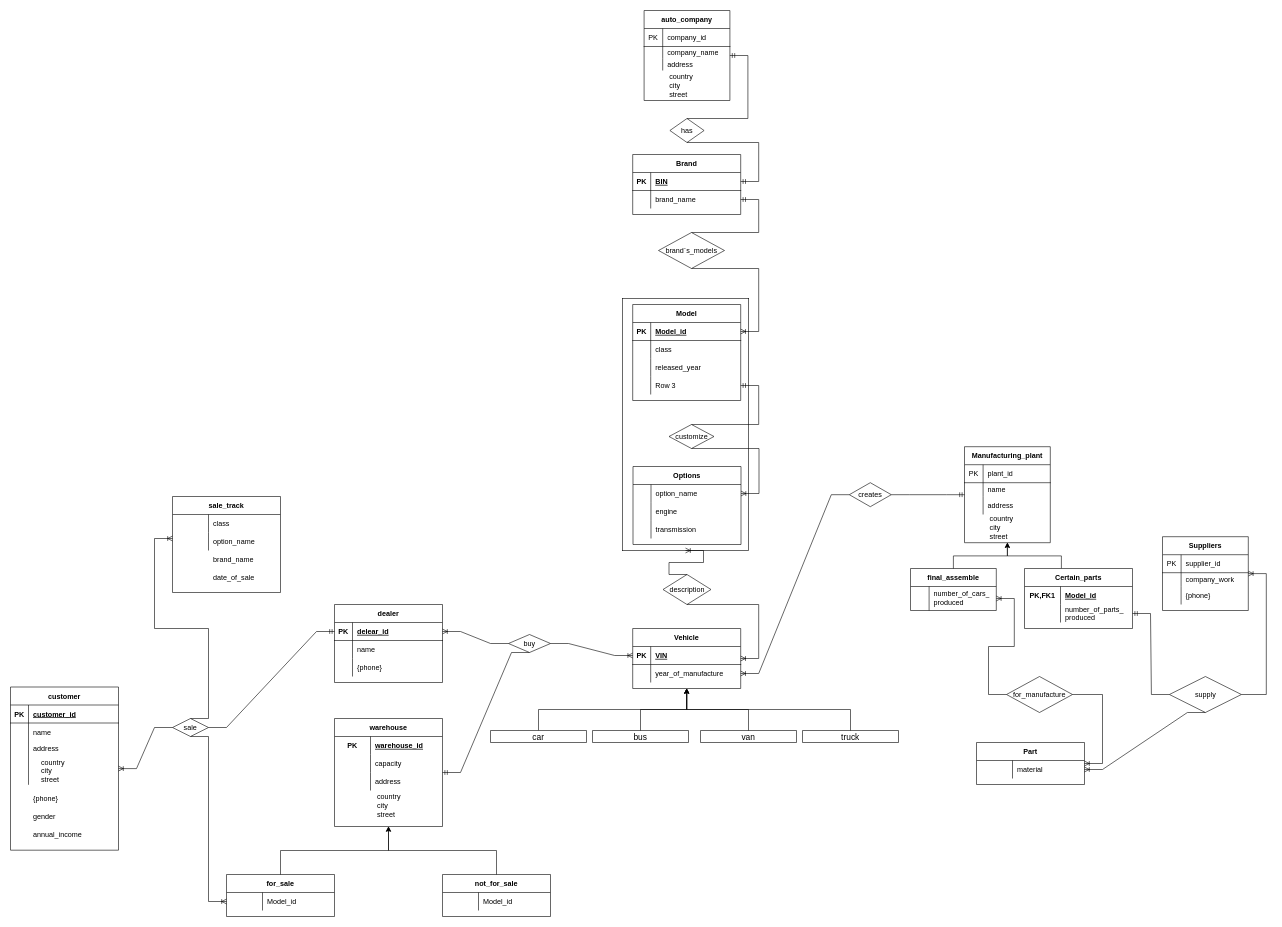
Above: Untitled Diagram.drawio in TemirlanKenzhakhmet/database (draw.io), before the change. Source tidied: cells renumbered, new cells numbered last; positions are measured from the earlier drawing's top-left corner, leaving out a move shared by most shapes. Both pictures are drawn from the tidied source at 60%, with x=0, y=0 at pixel (10, 10).
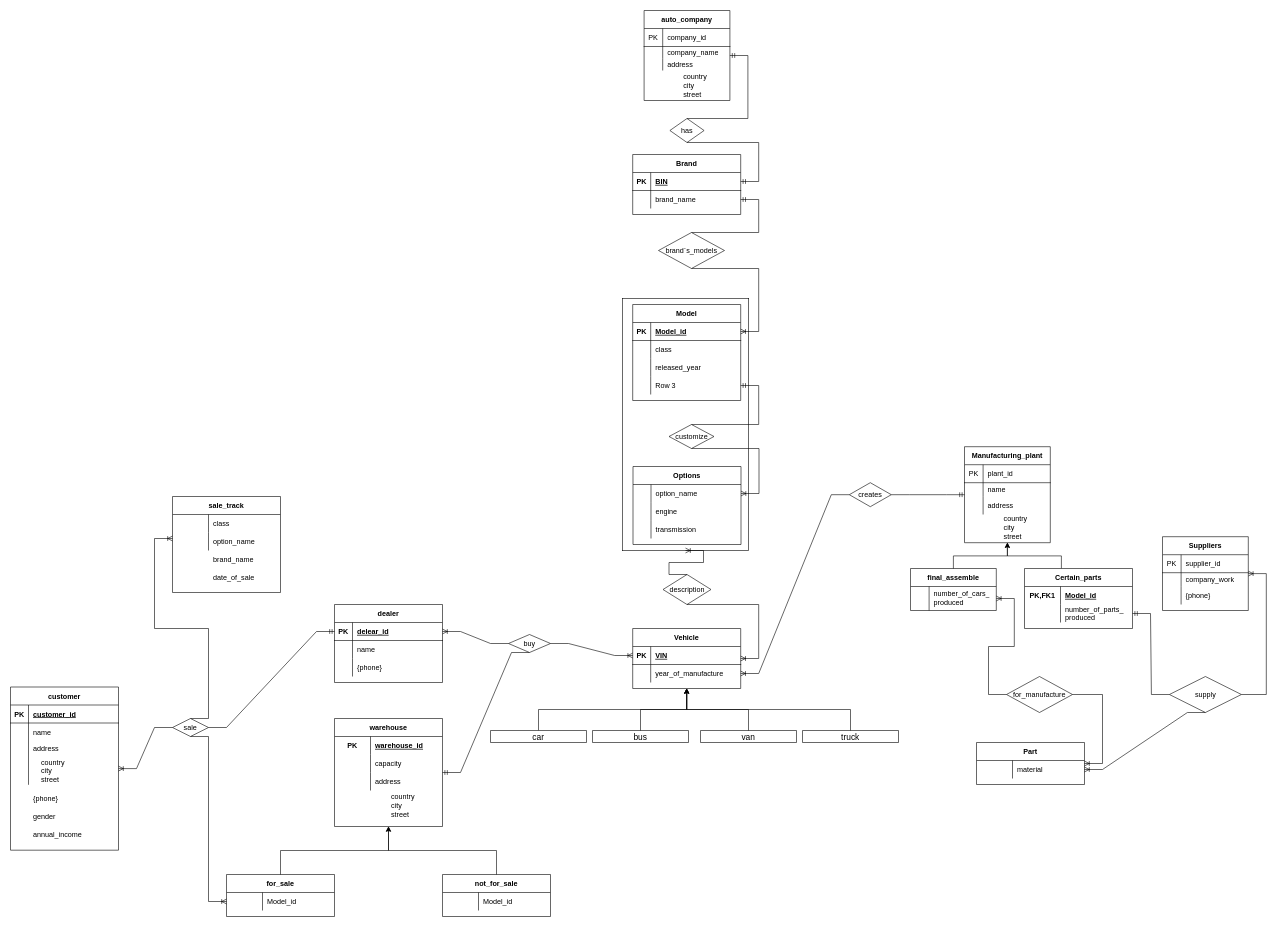
The same page after the edit.

Unchanged cells that the change refers to:
```xml
<mxCell id="9" style="shape=partialRectangle;html=1;whiteSpace=wrap;fillColor=none;top=0;left=0;bottom=0;right=0;" parent="2" vertex="1">
  <mxGeometry y="80" width="143" height="20" as="geometry" />
</mxCell>
<mxCell id="82" style="shape=partialRectangle;html=1;whiteSpace=wrap;fillColor=none;top=0;left=0;bottom=0;right=0;" parent="75" vertex="1">
  <mxGeometry y="83" width="143" height="30" as="geometry" />
</mxCell>
<mxCell id="178" style="shape=partialRectangle;fillColor=none;top=0;left=0;bottom=0;right=0;fontColor=#000000;" parent="168" vertex="1">
  <mxGeometry y="115" width="180" height="48" as="geometry" />
</mxCell>
```

What changed in the source:
```diff
@@
-    <mxCell id="11" value="address&lt;span style=&quot;white-space: pre&quot;&gt; &lt;/span&gt;" style="shape=partialRectangle;html=1;whiteSpace=wrap;fillColor=none;top=0;left=0;bottom=0;right=0;align=left;spacingLeft=6;overflow=hidden;" parent="9" vertex="1">
+    <mxCell id="11" value="address&lt;span style=&quot;white-space: pre&quot;&gt;&#9;&lt;/span&gt;" style="shape=partialRectangle;html=1;whiteSpace=wrap;fillColor=none;top=0;left=0;bottom=0;right=0;align=left;spacingLeft=6;overflow=hidden;" parent="9" vertex="1">
       <mxGeometry x="31" width="112" height="20" as="geometry" />
     </mxCell>
-    <mxCell id="12" value="&lt;span style=&quot;white-space: pre&quot;&gt; &lt;/span&gt;country&amp;nbsp;&lt;br&gt;&lt;span style=&quot;white-space: pre&quot;&gt; &lt;/span&gt;city&lt;br&gt;&lt;span style=&quot;white-space: pre&quot;&gt; &lt;/span&gt;street" style="shape=partialRectangle;html=1;whiteSpace=wrap;fillColor=none;top=0;left=0;bottom=0;right=0;align=left;spacingLeft=6;overflow=hidden;" parent="1" vertex="1">
+    <mxCell id="12" value="&lt;span style=&quot;white-space: pre&quot;&gt;&#9;&lt;/span&gt;country&amp;nbsp;&lt;br&gt;&lt;span style=&quot;white-space: pre&quot;&gt;&#9;&lt;/span&gt;city&lt;br&gt;&lt;span style=&quot;white-space: pre&quot;&gt;&#9;&lt;/span&gt;street" style="shape=partialRectangle;html=1;whiteSpace=wrap;fillColor=none;top=0;left=0;bottom=0;right=0;align=left;spacingLeft=6;overflow=hidden;" parent="1" vertex="1">
       <mxGeometry x="1087" y="100" width="112" height="50" as="geometry" />
     </mxCell>
@@
-    <mxCell id="84" value="address&lt;span style=&quot;white-space: pre&quot;&gt; &lt;/span&gt;" style="shape=partialRectangle;html=1;whiteSpace=wrap;fillColor=none;top=0;left=0;bottom=0;right=0;align=left;spacingLeft=6;overflow=hidden;" parent="82" vertex="1">
+    <mxCell id="84" value="address&lt;span style=&quot;white-space: pre&quot;&gt;&#9;&lt;/span&gt;" style="shape=partialRectangle;html=1;whiteSpace=wrap;fillColor=none;top=0;left=0;bottom=0;right=0;align=left;spacingLeft=6;overflow=hidden;" parent="82" vertex="1">
       <mxGeometry x="31" width="112" height="30" as="geometry" />
     </mxCell>
-    <mxCell id="85" value="&lt;span style=&quot;white-space: pre&quot;&gt; &lt;/span&gt;country&amp;nbsp;&lt;br&gt;&lt;span style=&quot;white-space: pre&quot;&gt; &lt;/span&gt;city&lt;br&gt;&lt;span style=&quot;white-space: pre&quot;&gt; &lt;/span&gt;street" style="shape=partialRectangle;html=1;whiteSpace=wrap;fillColor=none;top=0;left=0;bottom=0;right=0;align=left;spacingLeft=6;overflow=hidden;" parent="1" vertex="1">
+    <mxCell id="85" value="&lt;span style=&quot;white-space: pre&quot;&gt;&#9;&lt;/span&gt;country&amp;nbsp;&lt;br&gt;&lt;span style=&quot;white-space: pre&quot;&gt;&#9;&lt;/span&gt;city&lt;br&gt;&lt;span style=&quot;white-space: pre&quot;&gt;&#9;&lt;/span&gt;street" style="shape=partialRectangle;html=1;whiteSpace=wrap;fillColor=none;top=0;left=0;bottom=0;right=0;align=left;spacingLeft=6;overflow=hidden;" parent="1" vertex="1">
       <mxGeometry x="1621" y="837" width="112" height="50" as="geometry" />
     </mxCell>
@@
-    <mxCell id="143" value="&lt;span style=&quot;white-space: pre&quot;&gt; &lt;/span&gt;country&amp;nbsp;&lt;br&gt;&lt;span style=&quot;white-space: pre&quot;&gt; &lt;/span&gt;city&lt;br&gt;&lt;span style=&quot;white-space: pre&quot;&gt; &lt;/span&gt;street" style="shape=partialRectangle;html=1;whiteSpace=wrap;fillColor=none;top=0;left=0;bottom=0;right=0;align=left;spacingLeft=6;overflow=hidden;" parent="1" vertex="1">
+    <mxCell id="143" value="&lt;span style=&quot;white-space: pre&quot;&gt;&#9;&lt;/span&gt;country&amp;nbsp;&lt;br&gt;&lt;span style=&quot;white-space: pre&quot;&gt;&#9;&lt;/span&gt;city&lt;br&gt;&lt;span style=&quot;white-space: pre&quot;&gt;&#9;&lt;/span&gt;street" style="shape=partialRectangle;html=1;whiteSpace=wrap;fillColor=none;top=0;left=0;bottom=0;right=0;align=left;spacingLeft=6;overflow=hidden;" parent="1" vertex="1">
       <mxGeometry x="600" y="1300" width="112" height="50" as="geometry" />
     </mxCell>
@@
-    <mxCell id="180" value="     country &#10;     city&#10;     street" style="shape=partialRectangle;fillColor=none;top=0;left=0;bottom=0;right=0;align=left;spacingLeft=6;overflow=hidden;fontColor=#000000;" parent="178" vertex="1">
+    <mxCell id="180" value="&#9;    country &#10;&#9;    city&#10;&#9;    street" style="shape=partialRectangle;fillColor=none;top=0;left=0;bottom=0;right=0;align=left;spacingLeft=6;overflow=hidden;fontColor=#000000;" parent="178" vertex="1">
       <mxGeometry x="30" width="150" height="48" as="geometry" />
     </mxCell>
```
